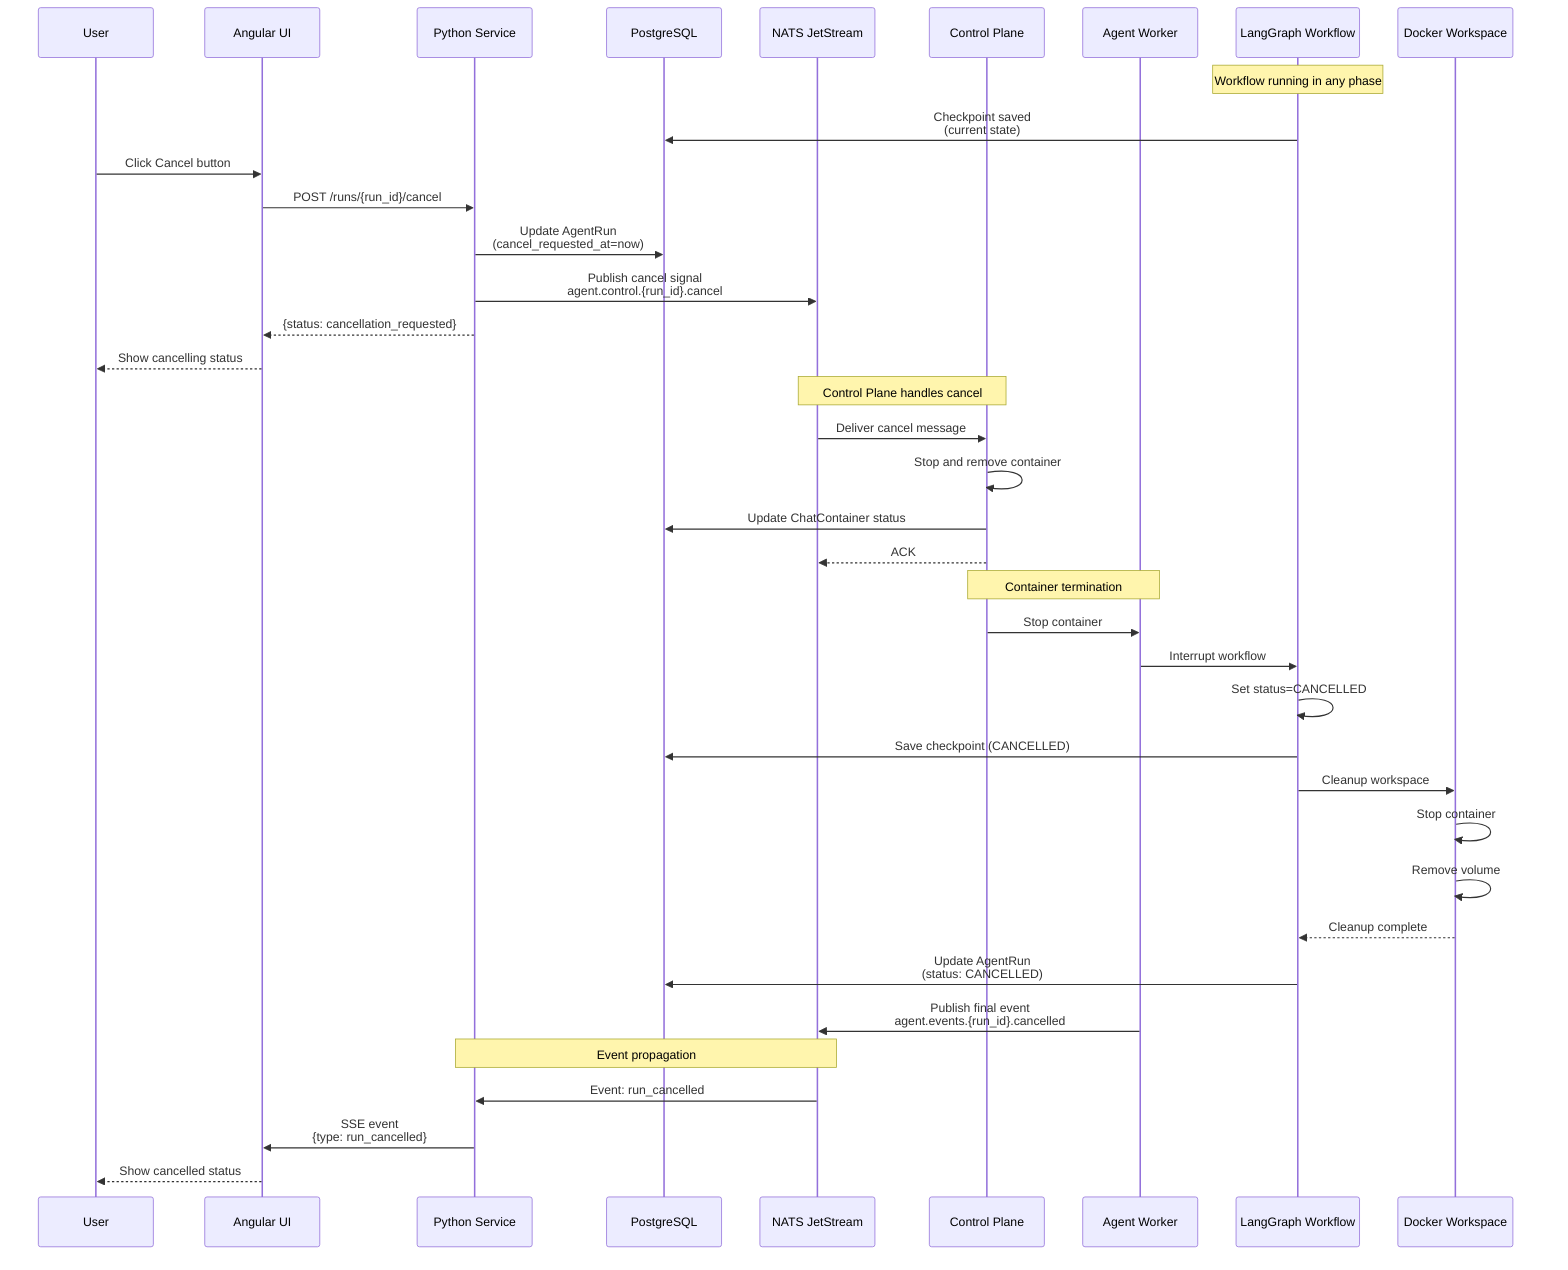
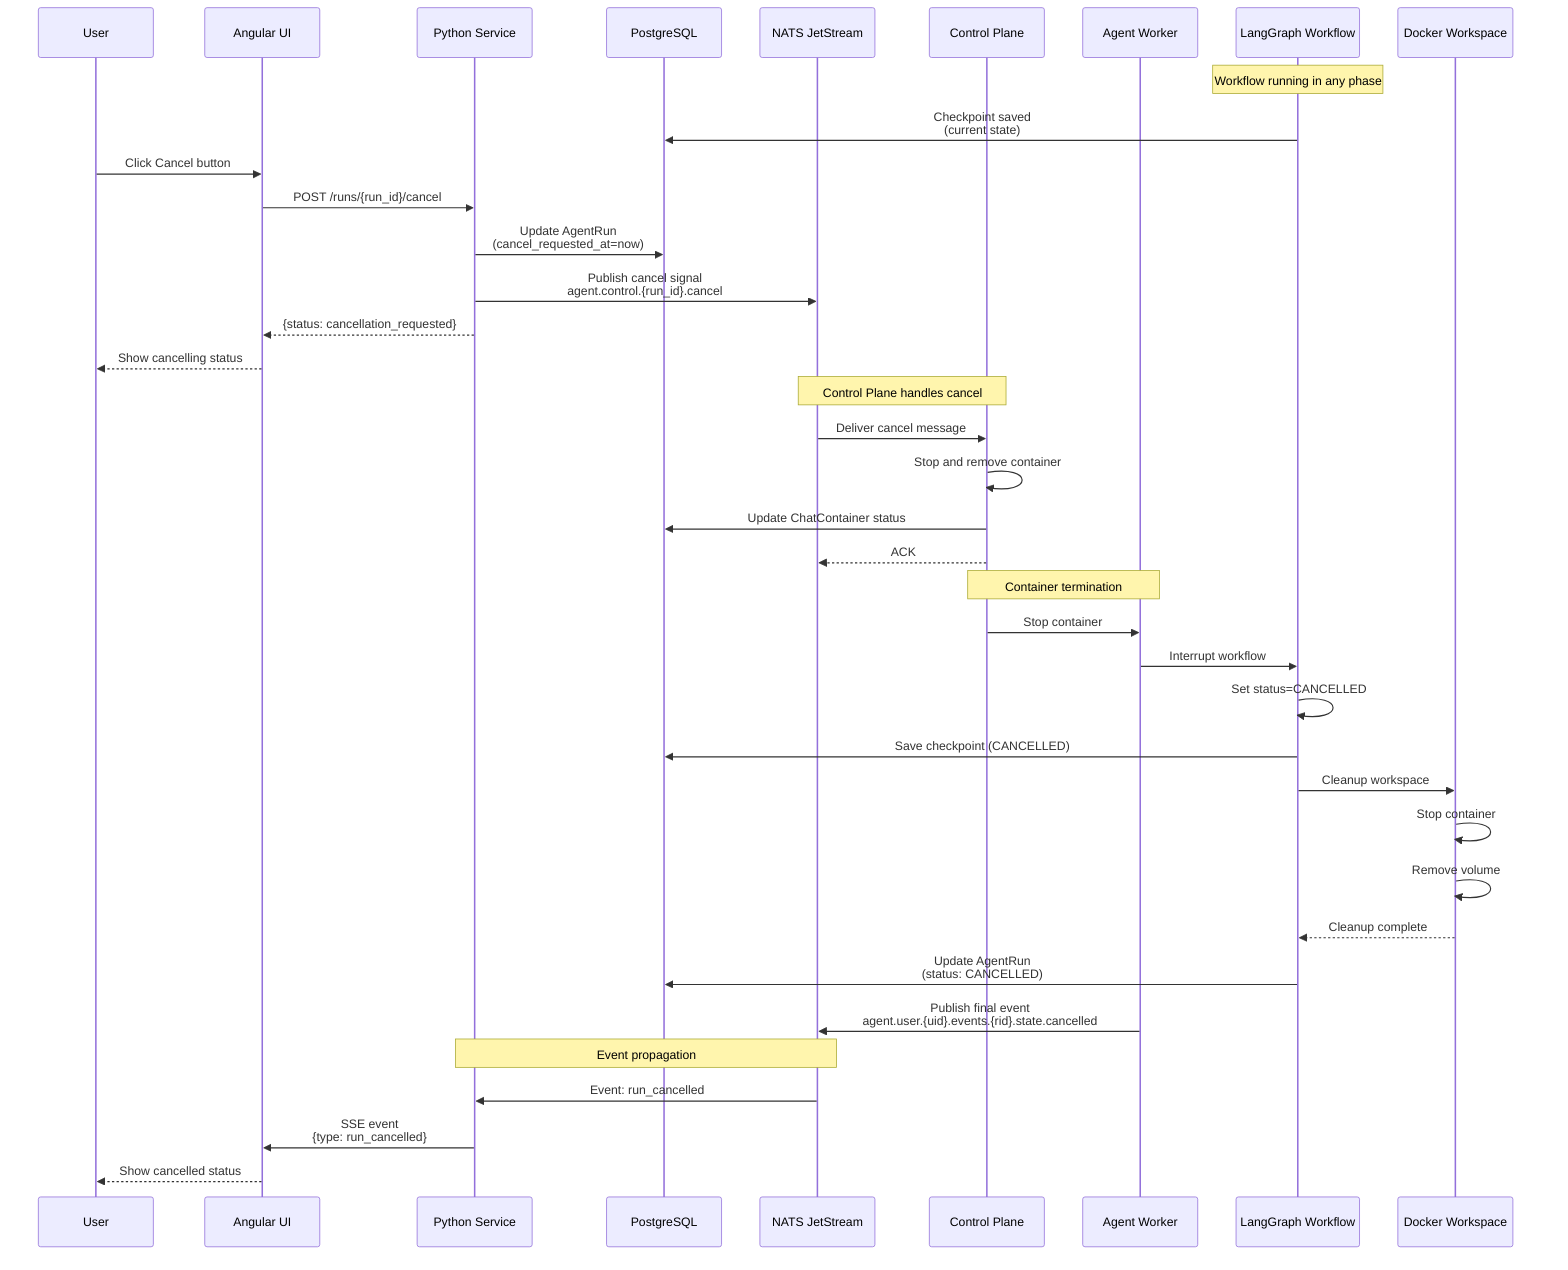
sequenceDiagram
    participant User
    participant WebUI as Angular UI
    participant PythonService as Python Service
    participant PostgreSQL as PostgreSQL
    participant NATS as NATS JetStream
    participant ControlPlane as Control Plane
    participant Worker as Agent Worker
    participant LangGraph as LangGraph Workflow
    participant Workspace as Docker Workspace

    Note over LangGraph: Workflow running in any phase
    LangGraph->>PostgreSQL: Checkpoint saved<br/>(current state)

    User->>WebUI: Click Cancel button
    WebUI->>PythonService: POST /runs/{run_id}/cancel
    PythonService->>PostgreSQL: Update AgentRun<br/>(cancel_requested_at=now)
    PythonService->>NATS: Publish cancel signal<br/>agent.control.{run_id}.cancel
    PythonService-->>WebUI: {status: cancellation_requested}
    WebUI-->>User: Show cancelling status

    Note over NATS,ControlPlane: Control Plane handles cancel
    NATS->>ControlPlane: Deliver cancel message
    ControlPlane->>ControlPlane: Stop and remove container
    ControlPlane->>PostgreSQL: Update ChatContainer status
    ControlPlane-->>NATS: ACK

    Note over ControlPlane,Worker: Container termination
    ControlPlane->>Worker: Stop container
    Worker->>LangGraph: Interrupt workflow
    LangGraph->>LangGraph: Set status=CANCELLED
    LangGraph->>PostgreSQL: Save checkpoint (CANCELLED)
    LangGraph->>Workspace: Cleanup workspace
    Workspace->>Workspace: Stop container
    Workspace->>Workspace: Remove volume
    Workspace-->>LangGraph: Cleanup complete
    LangGraph->>PostgreSQL: Update AgentRun<br/>(status: CANCELLED)
-     Worker->>NATS: Publish final event<br/>agent.events.{run_id}.cancelled
+     Worker->>NATS: Publish final event<br/>agent.user.{uid}.events.{rid}.state.cancelled

    Note over NATS,PythonService: Event propagation
    NATS->>PythonService: Event: run_cancelled
    PythonService->>WebUI: SSE event<br/>{type: run_cancelled}
    WebUI-->>User: Show cancelled status
